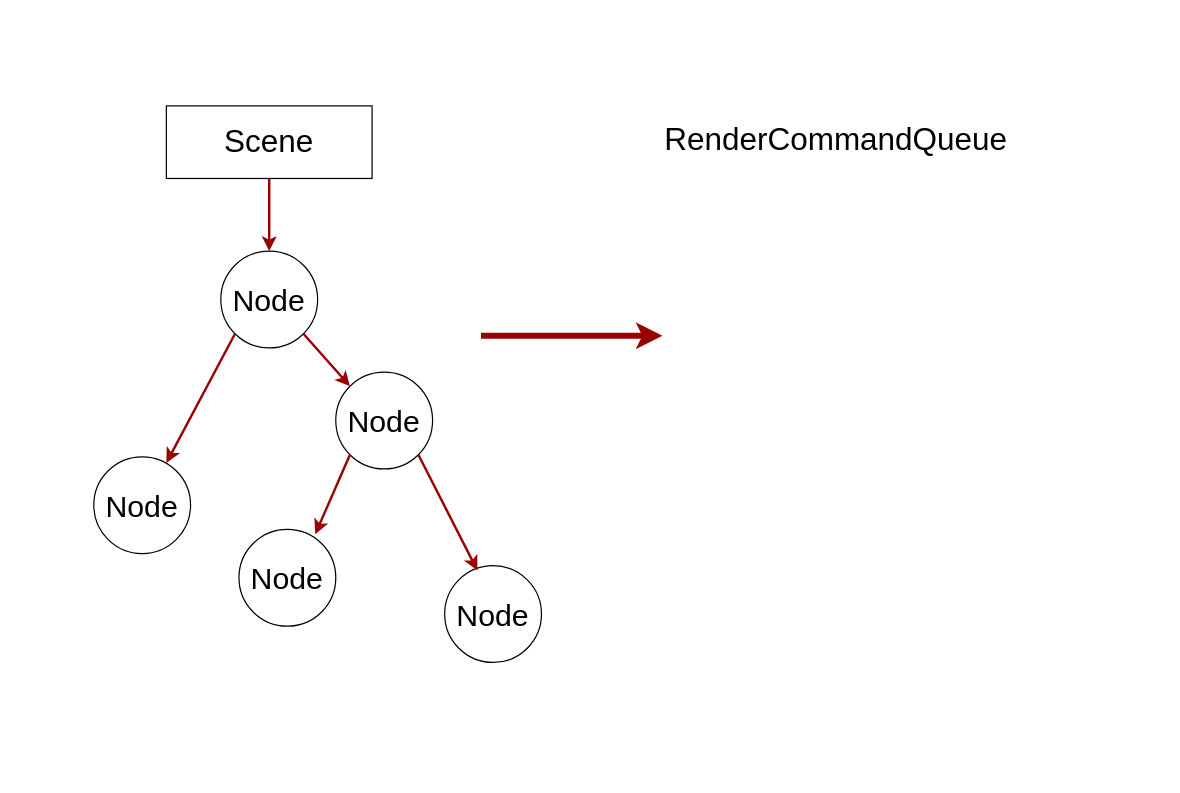
Earlier version of the draw.io diagram cocos_render_command.drawio (imzoer/imzoer.github.io). Source tidied: cells renumbered, new cells numbered last; positions are measured from the earlier drawing's top-left corner, leaving out a move shared by most shapes. Both pictures are drawn from the tidied source at 121%, with x=0, y=0 at pixel (93, 105).
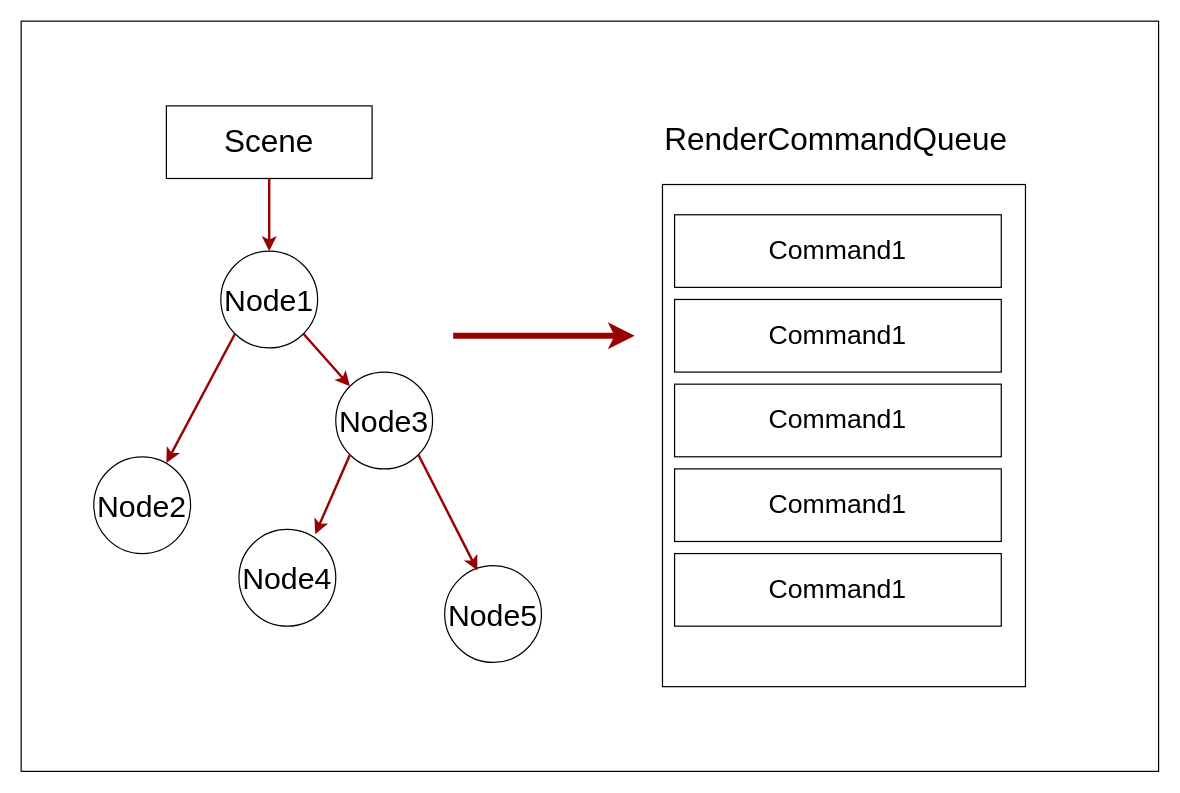
The same page after the edit.

Change to the diagram source:
```diff
@@
+    <mxCell id="15" style="whiteSpace=wrap;html=1;" parent="1" vertex="1">
+      <mxGeometry x="-60" y="-70" width="940" height="620" as="geometry" />
+    </mxCell>
@@
-    <mxCell id="3" value="&lt;font style=&quot;font-size: 25px&quot;&gt;Node&lt;/font&gt;" style="ellipse;whiteSpace=wrap;html=1;" parent="1" vertex="1">
+    <mxCell id="3" value="&lt;font style=&quot;font-size: 25px&quot;&gt;Node1&lt;/font&gt;" style="ellipse;whiteSpace=wrap;html=1;" parent="1" vertex="1">
       <mxGeometry x="105" y="120" width="80" height="80" as="geometry" />
     </mxCell>
@@
-    <mxCell id="5" value="&lt;font style=&quot;font-size: 25px&quot;&gt;Node&lt;/font&gt;" style="ellipse;whiteSpace=wrap;html=1;" parent="1" vertex="1">
+    <mxCell id="5" value="&lt;font style=&quot;font-size: 25px&quot;&gt;Node2&lt;/font&gt;" style="ellipse;whiteSpace=wrap;html=1;" parent="1" vertex="1">
       <mxGeometry y="290" width="80" height="80" as="geometry" />
     </mxCell>
@@
-    <mxCell id="7" value="&lt;font style=&quot;font-size: 25px&quot;&gt;Node&lt;/font&gt;" style="ellipse;whiteSpace=wrap;html=1;" parent="1" vertex="1">
+    <mxCell id="7" value="&lt;font style=&quot;font-size: 25px&quot;&gt;Node3&lt;/font&gt;" style="ellipse;whiteSpace=wrap;html=1;" parent="1" vertex="1">
       <mxGeometry x="200" y="220" width="80" height="80" as="geometry" />
     </mxCell>
@@
-    <mxCell id="9" value="&lt;font style=&quot;font-size: 25px&quot;&gt;Node&lt;/font&gt;" style="ellipse;whiteSpace=wrap;html=1;" parent="1" vertex="1">
+    <mxCell id="9" value="&lt;font style=&quot;font-size: 25px&quot;&gt;Node4&lt;/font&gt;" style="ellipse;whiteSpace=wrap;html=1;" parent="1" vertex="1">
       <mxGeometry x="120" y="350" width="80" height="80" as="geometry" />
     </mxCell>
-    <mxCell id="10" value="&lt;font style=&quot;font-size: 25px&quot;&gt;Node&lt;/font&gt;" style="ellipse;whiteSpace=wrap;html=1;" parent="1" vertex="1">
+    <mxCell id="10" value="&lt;font style=&quot;font-size: 25px&quot;&gt;Node5&lt;/font&gt;" style="ellipse;whiteSpace=wrap;html=1;" parent="1" vertex="1">
       <mxGeometry x="290" y="380" width="80" height="80" as="geometry" />
     </mxCell>
@@
     <mxCell id="13" style="edgeStyle=none;comic=0;orthogonalLoop=1;jettySize=auto;html=1;exitX=0.5;exitY=1;exitDx=0;exitDy=0;strokeColor=#990000;strokeWidth=5;fontColor=#000000;fontSize=14;" parent="1" edge="1">
       <mxGeometry relative="1" as="geometry">
-        <mxPoint x="320" y="190" as="sourcePoint" />
-        <mxPoint x="470" y="190" as="targetPoint" />
+        <mxPoint x="297" y="190" as="sourcePoint" />
+        <mxPoint x="447" y="190" as="targetPoint" />
       </mxGeometry>
     </mxCell>
@@
+    <mxCell id="16" style="whiteSpace=wrap;html=1;" parent="1" vertex="1">
+      <mxGeometry x="470" y="65" width="300" height="415" as="geometry" />
+    </mxCell>
+    <mxCell id="17" value="&lt;font style=&quot;font-size: 22px&quot;&gt;Command1&lt;/font&gt;" style="rounded=0;whiteSpace=wrap;html=1;" parent="1" vertex="1">
+      <mxGeometry x="480" y="90" width="270" height="60" as="geometry" />
+    </mxCell>
+    <mxCell id="18" value="&lt;font style=&quot;font-size: 22px&quot;&gt;Command1&lt;/font&gt;" style="rounded=0;whiteSpace=wrap;html=1;" parent="1" vertex="1">
+      <mxGeometry x="480" y="160" width="270" height="60" as="geometry" />
+    </mxCell>
+    <mxCell id="19" value="&lt;font style=&quot;font-size: 22px&quot;&gt;Command1&lt;/font&gt;" style="rounded=0;whiteSpace=wrap;html=1;" parent="1" vertex="1">
+      <mxGeometry x="480" y="230" width="270" height="60" as="geometry" />
+    </mxCell>
+    <mxCell id="20" value="&lt;font style=&quot;font-size: 22px&quot;&gt;Command1&lt;/font&gt;" style="rounded=0;whiteSpace=wrap;html=1;" parent="1" vertex="1">
+      <mxGeometry x="480" y="300" width="270" height="60" as="geometry" />
+    </mxCell>
+    <mxCell id="21" value="&lt;font style=&quot;font-size: 22px&quot;&gt;Command1&lt;/font&gt;" style="rounded=0;whiteSpace=wrap;html=1;" parent="1" vertex="1">
+      <mxGeometry x="480" y="370" width="270" height="60" as="geometry" />
+    </mxCell>
```
